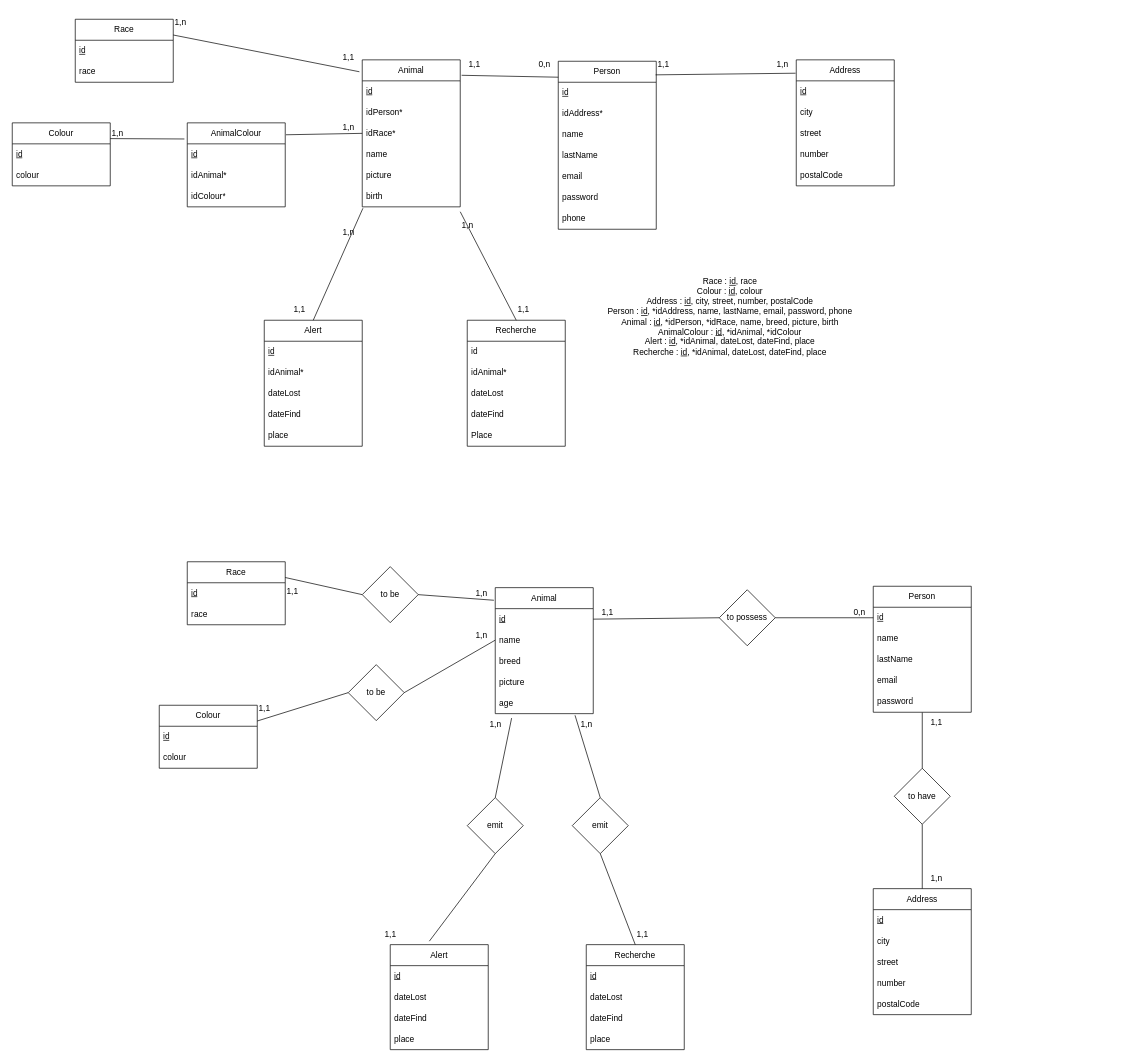
This is BDAlawan.drawio from Brocolioze/Alawan, a draw.io file, before an edit. Source tidied: cells renumbered, new cells numbered last; positions are measured from the earlier drawing's top-left corner, leaving out a move shared by most shapes. Both pictures are drawn from the tidied source at 70%, with x=0, y=0 at pixel (12, 12).
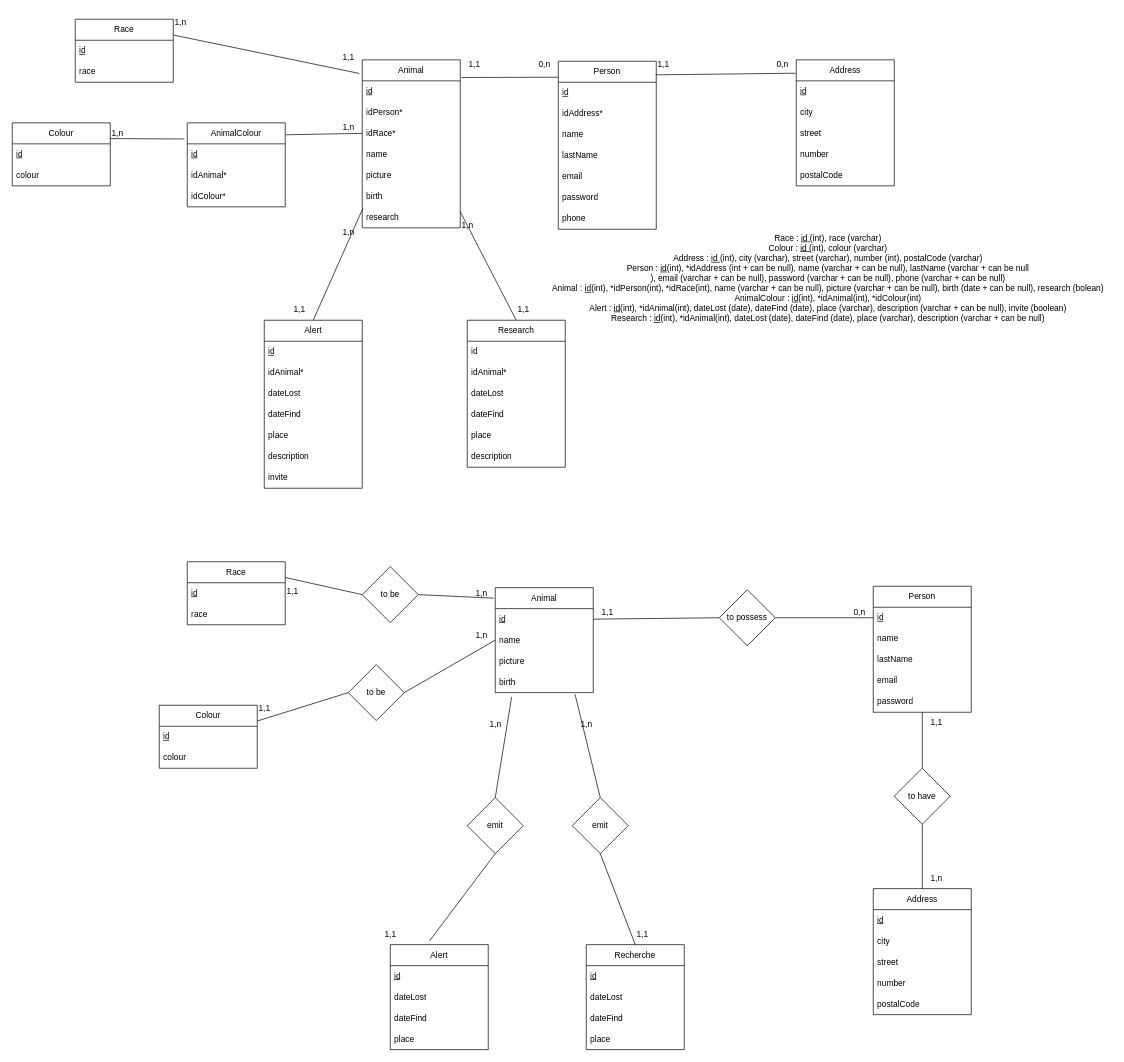
Above is the later version.

Diff of the diagram source:
```diff
@@
     <mxCell id="2" value="Animal" style="swimlane;fontStyle=0;horizontal=1;startSize=30;whiteSpace=wrap;html=1;" parent="1" vertex="1">
-      <mxGeometry x="500" y="68" width="140" height="210" as="geometry" />
+      <mxGeometry x="500" y="68" width="140" height="240" as="geometry" />
     </mxCell>
@@
+    <mxCell id="129" value="research" style="text;strokeColor=none;fillColor=none;align=left;verticalAlign=middle;spacingLeft=4;spacingRight=4;overflow=hidden;whiteSpace=wrap;html=1;" parent="2" vertex="1">
+      <mxGeometry y="210" width="140" height="30" as="geometry" />
+    </mxCell>
@@
     <mxCell id="17" value="Alert" style="swimlane;fontStyle=0;horizontal=1;startSize=30;whiteSpace=wrap;html=1;" parent="1" vertex="1">
-      <mxGeometry x="360" y="440" width="140" height="180" as="geometry" />
+      <mxGeometry x="360" y="440" width="140" height="240" as="geometry" />
     </mxCell>
@@
+    <mxCell id="130" value="description" style="text;strokeColor=none;fillColor=none;align=left;verticalAlign=middle;spacingLeft=4;spacingRight=4;overflow=hidden;whiteSpace=wrap;html=1;" parent="17" vertex="1">
+      <mxGeometry y="180" width="140" height="30" as="geometry" />
+    </mxCell>
+    <mxCell id="131" value="invite" style="text;strokeColor=none;fillColor=none;align=left;verticalAlign=middle;spacingLeft=4;spacingRight=4;overflow=hidden;whiteSpace=wrap;html=1;" parent="17" vertex="1">
+      <mxGeometry y="210" width="140" height="30" as="geometry" />
+    </mxCell>
@@
     <mxCell id="32" value="Animal" style="swimlane;fontStyle=0;horizontal=1;startSize=30;whiteSpace=wrap;html=1;" parent="1" vertex="1">
-      <mxGeometry x="690" y="822" width="140" height="180" as="geometry" />
+      <mxGeometry x="690" y="822" width="140" height="150" as="geometry" />
     </mxCell>
@@
-    <mxCell id="35" value="breed" style="text;strokeColor=none;fillColor=none;align=left;verticalAlign=middle;spacingLeft=4;spacingRight=4;overflow=hidden;whiteSpace=wrap;html=1;" parent="32" vertex="1">
-      <mxGeometry y="90" width="140" height="30" as="geometry" />
-    </mxCell>
     <mxCell id="36" value="picture" style="text;strokeColor=none;fillColor=none;align=left;verticalAlign=middle;spacingLeft=4;spacingRight=4;overflow=hidden;whiteSpace=wrap;html=1;" parent="32" vertex="1">
-      <mxGeometry y="120" width="140" height="30" as="geometry" />
+      <mxGeometry y="90" width="140" height="30" as="geometry" />
     </mxCell>
-    <mxCell id="37" value="age" style="text;strokeColor=none;fillColor=none;align=left;verticalAlign=middle;spacingLeft=4;spacingRight=4;overflow=hidden;points=[[0,0.5],[1,0.5]];portConstraint=eastwest;whiteSpace=wrap;html=1;" parent="32" vertex="1">
-      <mxGeometry y="150" width="140" height="30" as="geometry" />
+    <mxCell id="37" value="birth" style="text;strokeColor=none;fillColor=none;align=left;verticalAlign=middle;spacingLeft=4;spacingRight=4;overflow=hidden;points=[[0,0.5],[1,0.5]];portConstraint=eastwest;whiteSpace=wrap;html=1;" parent="32" vertex="1">
+      <mxGeometry y="120" width="140" height="30" as="geometry" />
     </mxCell>
@@
-    <mxCell id="71" value="Recherche" style="swimlane;fontStyle=0;horizontal=1;startSize=30;whiteSpace=wrap;html=1;" parent="1" vertex="1">
-      <mxGeometry x="650" y="440" width="140" height="180" as="geometry" />
+    <mxCell id="71" value="Research" style="swimlane;fontStyle=0;horizontal=1;startSize=30;whiteSpace=wrap;html=1;" parent="1" vertex="1">
+      <mxGeometry x="650" y="440" width="140" height="210" as="geometry" />
     </mxCell>
@@
-    <mxCell id="76" value="Place" style="text;strokeColor=none;fillColor=none;align=left;verticalAlign=middle;spacingLeft=4;spacingRight=4;overflow=hidden;whiteSpace=wrap;html=1;" parent="71" vertex="1">
+    <mxCell id="76" value="place" style="text;strokeColor=none;fillColor=none;align=left;verticalAlign=middle;spacingLeft=4;spacingRight=4;overflow=hidden;whiteSpace=wrap;html=1;" parent="71" vertex="1">
       <mxGeometry y="150" width="140" height="30" as="geometry" />
     </mxCell>
+    <mxCell id="132" value="description" style="text;strokeColor=none;fillColor=none;align=left;verticalAlign=middle;spacingLeft=4;spacingRight=4;overflow=hidden;whiteSpace=wrap;html=1;" parent="71" vertex="1">
+      <mxGeometry y="180" width="140" height="30" as="geometry" />
+    </mxCell>
@@
-    <mxCell id="87" value="1,n" style="text;html=1;align=center;verticalAlign=middle;strokeColor=none;fillColor=none;" parent="1" vertex="1">
+    <mxCell id="87" value="0,n" style="text;html=1;align=center;verticalAlign=middle;strokeColor=none;fillColor=none;" parent="1" vertex="1">
       <mxGeometry x="1080" y="60" width="40" height="30" as="geometry" />
     </mxCell>
@@
-    <mxCell id="94" value="Race : &lt;u&gt;id&lt;/u&gt;, race&lt;br&gt;Colour : &lt;u&gt;id&lt;/u&gt;, colour&lt;br&gt;Address : &lt;u&gt;id&lt;/u&gt;, city, street, number, postalCode&lt;br&gt;Person : &lt;u&gt;id&lt;/u&gt;, *idAddress, name, lastName, email, password, phone&lt;br&gt;Animal : &lt;u&gt;id&lt;/u&gt;, *idPerson, *idRace, name, breed, picture, birth&lt;br&gt;AnimalColour : &lt;u&gt;id&lt;/u&gt;, *idAnimal, *idColour&lt;br&gt;Alert : &lt;u&gt;id&lt;/u&gt;, *idAnimal, dateLost, dateFind, place&lt;br&gt;Recherche : &lt;u&gt;id&lt;/u&gt;, *idAnimal, dateLost, dateFind, place" style="text;html=1;align=center;verticalAlign=middle;strokeColor=none;fillColor=none;" parent="1" vertex="1">
-      <mxGeometry x="840" y="370" width="370" height="130" as="geometry" />
+    <mxCell id="94" value="Race : &lt;u&gt;id (&lt;/u&gt;int), race (varchar)&lt;br&gt;Colour : &lt;u&gt;id (&lt;/u&gt;int), colour (varchar)&lt;br&gt;Address : &lt;u&gt;id &lt;/u&gt;(int), city (varchar), street (varchar), number (int), postalCode (varchar)&lt;br&gt;Person : &lt;u&gt;id&lt;/u&gt;(int), *idAddress (int&amp;nbsp;+ can be null), name (varchar&amp;nbsp;+ can be null), lastName (varchar&amp;nbsp;+ can be null&lt;br&gt;), email (varchar + can be null), password (varchar + can be null), phone (varchar + can be null)&lt;br&gt;Animal : &lt;u&gt;id&lt;/u&gt;(int), *idPerson(int), *idRace(int), name (varchar + can be null), picture (varchar + can be null), birth (date + can be null), research (bolean)&lt;br&gt;AnimalColour : &lt;u&gt;id&lt;/u&gt;(int), *idAnimal(int), *idColour(int)&lt;br&gt;Alert : &lt;u&gt;id&lt;/u&gt;(int), *idAnimal(int), dateLost (date), dateFind (date), place (varchar), description (varchar + can be null), invite (boolean)&lt;br&gt;Research : &lt;u&gt;id&lt;/u&gt;(int), *idAnimal(int), dateLost (date), dateFind (date), place (varchar), description (varchar + can be null)" style="text;html=1;align=center;verticalAlign=middle;strokeColor=none;fillColor=none;" parent="1" vertex="1">
+      <mxGeometry x="760" y="310" width="810" height="140" as="geometry" />
     </mxCell>
```
